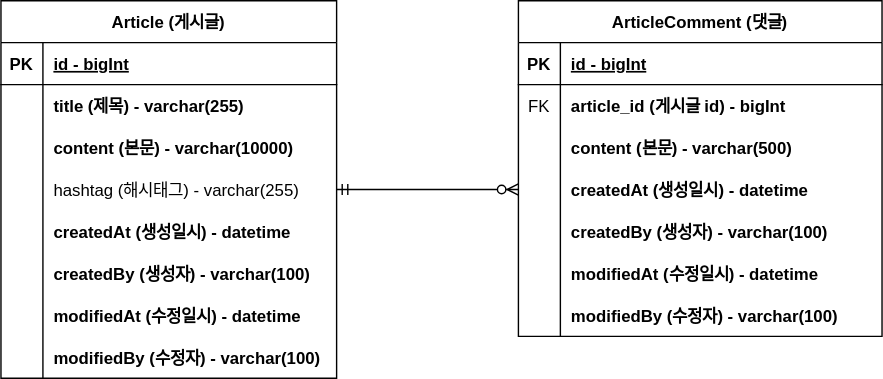
bcchoi518/fastcampus-project-board keeps this draw.io diagram as document/project-board-erd.svg. Above is the earlier version. Source tidied: cells renumbered, new cells last; positions are measured from the earlier drawing's top-left corner, leaving out a move shared by most shapes.
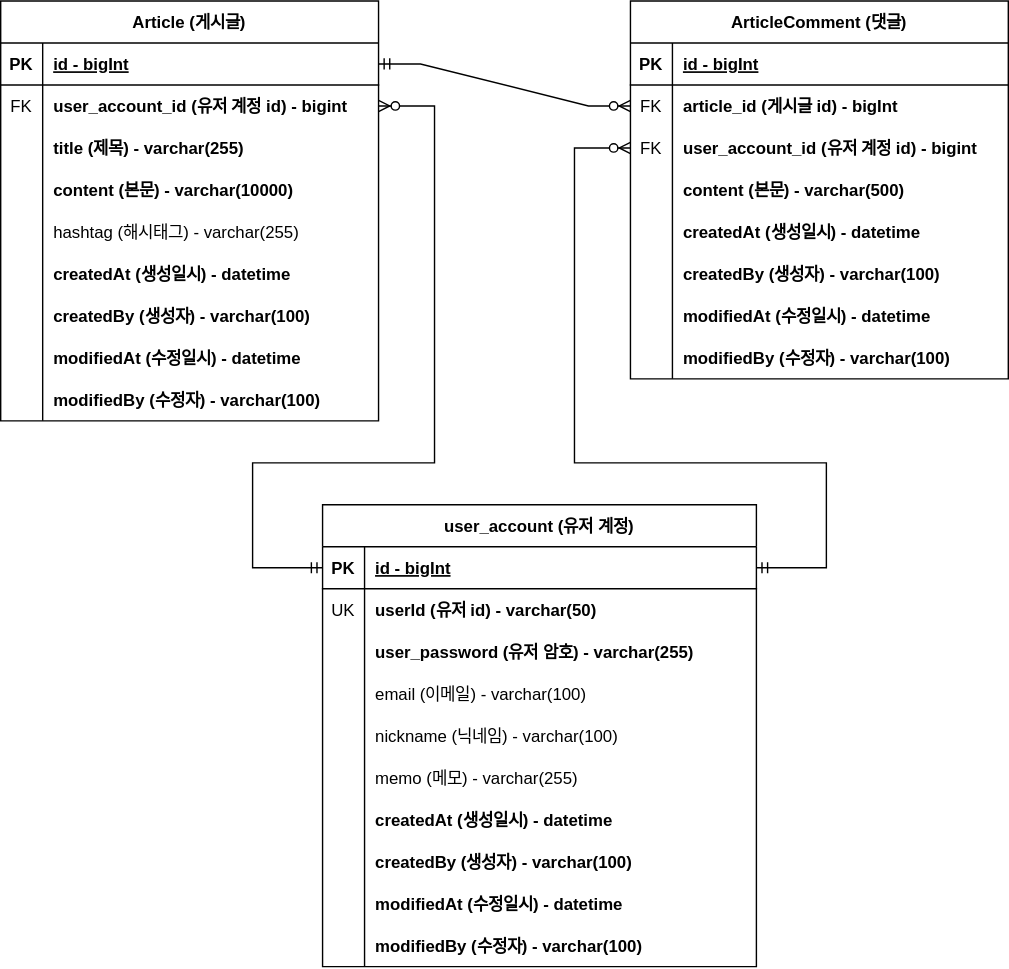
Later version of the same file.

Commit message:
#18 - erd 업데이트: user_account 추가하고 PK, FK 관계 설정

What changed in the source:
```diff
@@ -5,6 +5,6 @@
     <mxCell id="2" value="Article (게시글)" style="shape=table;startSize=30;rowLines=0;fontStyle=1;align=center;" parent="1" vertex="1">
-      <mxGeometry width="240" height="270" as="geometry" />
+      <mxGeometry width="270" height="300" as="geometry" />
     </mxCell>
     <mxCell id="3" style="shape=tableRow;horizontal=0;startSize=0;swimlaneHead=0;swimlaneBody=0;fillColor=none;points=[[0,0.5],[1,0.5]];portConstraint=eastwest;top=0;left=0;right=0;bottom=1;" parent="2" vertex="1">
-      <mxGeometry y="30" width="240" height="30" as="geometry" />
+      <mxGeometry y="30" width="270" height="30" as="geometry" />
     </mxCell>
@@ -14,15 +14,24 @@
     <mxCell id="5" value="id - bigInt" style="shape=partialRectangle;fillColor=none;top=0;left=0;bottom=0;right=0;align=left;spacingLeft=6;fontStyle=5;overflow=hidden;" parent="3" vertex="1">
-      <mxGeometry x="30" width="210" height="30" as="geometry" />
+      <mxGeometry x="30" width="240" height="30" as="geometry" />
     </mxCell>
     <mxCell id="6" style="shape=tableRow;horizontal=0;startSize=0;swimlaneHead=0;swimlaneBody=0;fillColor=none;points=[[0,0.5],[1,0.5]];portConstraint=eastwest;top=0;left=0;right=0;bottom=0;" parent="2" vertex="1">
-      <mxGeometry y="60" width="240" height="30" as="geometry" />
+      <mxGeometry y="60" width="270" height="30" as="geometry" />
     </mxCell>
-    <mxCell id="7" style="shape=partialRectangle;fillColor=none;top=0;left=0;bottom=0;right=0;overflow=hidden;" parent="6" vertex="1">
+    <mxCell id="7" value="FK" style="shape=partialRectangle;fillColor=none;top=0;left=0;bottom=0;right=0;overflow=hidden;" parent="6" vertex="1">
       <mxGeometry width="30" height="30" as="geometry" />
     </mxCell>
-    <mxCell id="8" value="title (제목) - varchar(255)" style="shape=partialRectangle;fillColor=none;top=0;left=0;bottom=0;right=0;align=left;spacingLeft=6;overflow=hidden;fontStyle=1;" parent="6" vertex="1">
-      <mxGeometry x="30" width="210" height="30" as="geometry" />
+    <mxCell id="8" value="user_account_id (유저 계정 id) - bigint" style="shape=partialRectangle;fillColor=none;top=0;left=0;bottom=0;right=0;align=left;spacingLeft=6;overflow=hidden;fontStyle=1;" parent="6" vertex="1">
+      <mxGeometry x="30" width="240" height="30" as="geometry" />
     </mxCell>
+    <mxCell id="50" style="shape=tableRow;horizontal=0;startSize=0;swimlaneHead=0;swimlaneBody=0;fillColor=none;top=0;left=0;right=0;bottom=0;" parent="2" vertex="1">
+      <mxGeometry y="90" width="270" height="30" as="geometry" />
+    </mxCell>
+    <mxCell id="51" style="shape=partialRectangle;fillColor=none;top=0;left=0;bottom=0;right=0;overflow=hidden;" parent="50" vertex="1">
+      <mxGeometry width="30" height="30" as="geometry" />
+    </mxCell>
+    <mxCell id="52" value="title (제목) - varchar(255)" style="shape=partialRectangle;fillColor=none;top=0;left=0;bottom=0;right=0;align=left;spacingLeft=6;overflow=hidden;fontStyle=1;" parent="50" vertex="1">
+      <mxGeometry x="30" width="240" height="30" as="geometry" />
+    </mxCell>
     <mxCell id="9" style="shape=tableRow;horizontal=0;startSize=0;swimlaneHead=0;swimlaneBody=0;fillColor=none;top=0;left=0;right=0;bottom=0;" parent="2" vertex="1">
-      <mxGeometry y="90" width="240" height="30" as="geometry" />
+      <mxGeometry y="120" width="270" height="30" as="geometry" />
     </mxCell>
@@ -32,6 +41,6 @@
     <mxCell id="11" value="content (본문) - varchar(10000)" style="shape=partialRectangle;fillColor=none;top=0;left=0;bottom=0;right=0;align=left;spacingLeft=6;overflow=hidden;fontStyle=1;" parent="9" vertex="1">
-      <mxGeometry x="30" width="210" height="30" as="geometry" />
+      <mxGeometry x="30" width="240" height="30" as="geometry" />
     </mxCell>
     <mxCell id="12" style="shape=tableRow;horizontal=0;startSize=0;swimlaneHead=0;swimlaneBody=0;fillColor=none;points=[[0,0.5],[1,0.5]];portConstraint=eastwest;top=0;left=0;right=0;bottom=0;" parent="2" vertex="1">
-      <mxGeometry y="120" width="240" height="30" as="geometry" />
+      <mxGeometry y="150" width="270" height="30" as="geometry" />
     </mxCell>
@@ -41,6 +50,6 @@
     <mxCell id="14" value="hashtag (해시태그) - varchar(255)" style="shape=partialRectangle;fillColor=none;top=0;left=0;bottom=0;right=0;align=left;spacingLeft=6;overflow=hidden;" parent="12" vertex="1">
-      <mxGeometry x="30" width="210" height="30" as="geometry" />
+      <mxGeometry x="30" width="240" height="30" as="geometry" />
     </mxCell>
     <mxCell id="15" style="shape=tableRow;horizontal=0;startSize=0;swimlaneHead=0;swimlaneBody=0;fillColor=none;top=0;left=0;right=0;bottom=0;" parent="2" vertex="1">
-      <mxGeometry y="150" width="240" height="30" as="geometry" />
+      <mxGeometry y="180" width="270" height="30" as="geometry" />
     </mxCell>
@@ -50,6 +59,6 @@
     <mxCell id="17" value="createdAt (생성일시) - datetime" style="shape=partialRectangle;fillColor=none;top=0;left=0;bottom=0;right=0;align=left;spacingLeft=6;overflow=hidden;fontStyle=1;" parent="15" vertex="1">
-      <mxGeometry x="30" width="210" height="30" as="geometry" />
+      <mxGeometry x="30" width="240" height="30" as="geometry" />
     </mxCell>
     <mxCell id="18" style="shape=tableRow;horizontal=0;startSize=0;swimlaneHead=0;swimlaneBody=0;fillColor=none;top=0;left=0;right=0;bottom=0;" parent="2" vertex="1">
-      <mxGeometry y="180" width="240" height="30" as="geometry" />
+      <mxGeometry y="210" width="270" height="30" as="geometry" />
     </mxCell>
@@ -59,6 +68,6 @@
     <mxCell id="20" value="createdBy (생성자) - varchar(100)" style="shape=partialRectangle;fillColor=none;top=0;left=0;bottom=0;right=0;align=left;spacingLeft=6;overflow=hidden;fontStyle=1;" parent="18" vertex="1">
-      <mxGeometry x="30" width="210" height="30" as="geometry" />
+      <mxGeometry x="30" width="240" height="30" as="geometry" />
     </mxCell>
     <mxCell id="21" style="shape=tableRow;horizontal=0;startSize=0;swimlaneHead=0;swimlaneBody=0;fillColor=none;top=0;left=0;right=0;bottom=0;" parent="2" vertex="1">
-      <mxGeometry y="210" width="240" height="30" as="geometry" />
+      <mxGeometry y="240" width="270" height="30" as="geometry" />
     </mxCell>
@@ -68,6 +77,6 @@
     <mxCell id="23" value="modifiedAt (수정일시) - datetime" style="shape=partialRectangle;fillColor=none;top=0;left=0;bottom=0;right=0;align=left;spacingLeft=6;overflow=hidden;fontStyle=1;" parent="21" vertex="1">
-      <mxGeometry x="30" width="210" height="30" as="geometry" />
+      <mxGeometry x="30" width="240" height="30" as="geometry" />
     </mxCell>
     <mxCell id="24" style="shape=tableRow;horizontal=0;startSize=0;swimlaneHead=0;swimlaneBody=0;fillColor=none;top=0;left=0;right=0;bottom=0;" parent="2" vertex="1">
-      <mxGeometry y="240" width="240" height="30" as="geometry" />
+      <mxGeometry y="270" width="270" height="30" as="geometry" />
     </mxCell>
@@ -77,9 +86,9 @@
     <mxCell id="26" value="modifiedBy (수정자) - varchar(100)" style="shape=partialRectangle;fillColor=none;top=0;left=0;bottom=0;right=0;align=left;spacingLeft=6;overflow=hidden;fontStyle=1;" parent="24" vertex="1">
-      <mxGeometry x="30" width="210" height="30" as="geometry" />
+      <mxGeometry x="30" width="240" height="30" as="geometry" />
     </mxCell>
     <mxCell id="27" value="ArticleComment (댓글)" style="shape=table;startSize=30;rowLines=0;fontStyle=1;align=center;" parent="1" vertex="1">
-      <mxGeometry x="370" width="260" height="240" as="geometry" />
+      <mxGeometry x="450" width="270" height="270" as="geometry" />
     </mxCell>
     <mxCell id="28" style="shape=tableRow;horizontal=0;startSize=0;swimlaneHead=0;swimlaneBody=0;fillColor=none;top=0;left=0;right=0;bottom=1;" parent="27" vertex="1">
-      <mxGeometry y="30" width="260" height="30" as="geometry" />
+      <mxGeometry y="30" width="270" height="30" as="geometry" />
     </mxCell>
@@ -89,6 +98,6 @@
     <mxCell id="30" value="id - bigInt" style="shape=partialRectangle;fillColor=none;top=0;left=0;bottom=0;right=0;align=left;spacingLeft=6;fontStyle=5;overflow=hidden;" parent="28" vertex="1">
-      <mxGeometry x="30" width="230" height="30" as="geometry" />
+      <mxGeometry x="30" width="240" height="30" as="geometry" />
     </mxCell>
     <mxCell id="31" style="shape=tableRow;horizontal=0;startSize=0;swimlaneHead=0;swimlaneBody=0;fillColor=none;points=[[0,0.5],[1,0.5]];portConstraint=eastwest;top=0;left=0;right=0;bottom=0;" parent="27" vertex="1">
-      <mxGeometry y="60" width="260" height="30" as="geometry" />
+      <mxGeometry y="60" width="270" height="30" as="geometry" />
     </mxCell>
@@ -98,6 +107,15 @@
     <mxCell id="33" value="article_id (게시글 id) - bigInt" style="shape=partialRectangle;fillColor=none;top=0;left=0;bottom=0;right=0;align=left;spacingLeft=6;overflow=hidden;fontStyle=1;" parent="31" vertex="1">
-      <mxGeometry x="30" width="230" height="30" as="geometry" />
+      <mxGeometry x="30" width="240" height="30" as="geometry" />
     </mxCell>
+    <mxCell id="53" style="shape=tableRow;horizontal=0;startSize=0;swimlaneHead=0;swimlaneBody=0;fillColor=none;points=[[0,0.5],[1,0.5]];portConstraint=eastwest;top=0;left=0;right=0;bottom=0;" parent="27" vertex="1">
+      <mxGeometry y="90" width="270" height="30" as="geometry" />
+    </mxCell>
+    <mxCell id="54" value="FK" style="shape=partialRectangle;fillColor=none;top=0;left=0;bottom=0;right=0;overflow=hidden;" parent="53" vertex="1">
+      <mxGeometry width="30" height="30" as="geometry" />
+    </mxCell>
+    <mxCell id="55" value="user_account_id (유저 계정 id) - bigint" style="shape=partialRectangle;fillColor=none;top=0;left=0;bottom=0;right=0;align=left;spacingLeft=6;overflow=hidden;fontStyle=1;" parent="53" vertex="1">
+      <mxGeometry x="30" width="240" height="30" as="geometry" />
+    </mxCell>
     <mxCell id="34" style="shape=tableRow;horizontal=0;startSize=0;swimlaneHead=0;swimlaneBody=0;fillColor=none;top=0;left=0;right=0;bottom=0;" parent="27" vertex="1">
-      <mxGeometry y="90" width="260" height="30" as="geometry" />
+      <mxGeometry y="120" width="270" height="30" as="geometry" />
     </mxCell>
@@ -107,6 +125,6 @@
     <mxCell id="36" value="content (본문) - varchar(500)" style="shape=partialRectangle;fillColor=none;top=0;left=0;bottom=0;right=0;align=left;spacingLeft=6;overflow=hidden;fontStyle=1;" parent="34" vertex="1">
-      <mxGeometry x="30" width="230" height="30" as="geometry" />
+      <mxGeometry x="30" width="240" height="30" as="geometry" />
     </mxCell>
     <mxCell id="37" style="shape=tableRow;horizontal=0;startSize=0;swimlaneHead=0;swimlaneBody=0;fillColor=none;points=[[0,0.5],[1,0.5]];portConstraint=eastwest;top=0;left=0;right=0;bottom=0;" parent="27" vertex="1">
-      <mxGeometry y="120" width="260" height="30" as="geometry" />
+      <mxGeometry y="150" width="270" height="30" as="geometry" />
     </mxCell>
@@ -116,6 +134,6 @@
     <mxCell id="39" value="createdAt (생성일시) - datetime" style="shape=partialRectangle;fillColor=none;top=0;left=0;bottom=0;right=0;align=left;spacingLeft=6;overflow=hidden;fontStyle=1;" parent="37" vertex="1">
-      <mxGeometry x="30" width="230" height="30" as="geometry" />
+      <mxGeometry x="30" width="240" height="30" as="geometry" />
     </mxCell>
     <mxCell id="40" style="shape=tableRow;horizontal=0;startSize=0;swimlaneHead=0;swimlaneBody=0;fillColor=none;top=0;left=0;right=0;bottom=0;" parent="27" vertex="1">
-      <mxGeometry y="150" width="260" height="30" as="geometry" />
+      <mxGeometry y="180" width="270" height="30" as="geometry" />
     </mxCell>
@@ -125,6 +143,6 @@
     <mxCell id="42" value="createdBy (생성자) - varchar(100)" style="shape=partialRectangle;fillColor=none;top=0;left=0;bottom=0;right=0;align=left;spacingLeft=6;overflow=hidden;fontStyle=1;" parent="40" vertex="1">
-      <mxGeometry x="30" width="230" height="30" as="geometry" />
+      <mxGeometry x="30" width="240" height="30" as="geometry" />
     </mxCell>
     <mxCell id="43" style="shape=tableRow;horizontal=0;startSize=0;swimlaneHead=0;swimlaneBody=0;fillColor=none;top=0;left=0;right=0;bottom=0;" parent="27" vertex="1">
-      <mxGeometry y="180" width="260" height="30" as="geometry" />
+      <mxGeometry y="210" width="270" height="30" as="geometry" />
     </mxCell>
@@ -134,6 +152,6 @@
     <mxCell id="45" value="modifiedAt (수정일시) - datetime" style="shape=partialRectangle;fillColor=none;top=0;left=0;bottom=0;right=0;align=left;spacingLeft=6;overflow=hidden;fontStyle=1;" parent="43" vertex="1">
-      <mxGeometry x="30" width="230" height="30" as="geometry" />
+      <mxGeometry x="30" width="240" height="30" as="geometry" />
     </mxCell>
     <mxCell id="46" style="shape=tableRow;horizontal=0;startSize=0;swimlaneHead=0;swimlaneBody=0;fillColor=none;top=0;left=0;right=0;bottom=0;" parent="27" vertex="1">
-      <mxGeometry y="210" width="260" height="30" as="geometry" />
+      <mxGeometry y="240" width="270" height="30" as="geometry" />
     </mxCell>
@@ -143,7 +161,120 @@
     <mxCell id="48" value="modifiedBy (수정자) - varchar(100)" style="shape=partialRectangle;fillColor=none;top=0;left=0;bottom=0;right=0;align=left;spacingLeft=6;overflow=hidden;fontStyle=1;" parent="46" vertex="1">
-      <mxGeometry x="30" width="230" height="30" as="geometry" />
+      <mxGeometry x="30" width="240" height="30" as="geometry" />
     </mxCell>
-    <mxCell id="49" style="edgeStyle=entityRelationEdgeStyle;fontSize=12;html=1;endArrow=ERzeroToMany;startArrow=ERmandOne;rounded=0;entryX=0;entryY=0.5;entryDx=0;entryDy=0;exitX=1;exitY=0.5;exitDx=0;exitDy=0;" parent="1" edge="1" source="12" target="37">
+    <mxCell id="49" style="edgeStyle=entityRelationEdgeStyle;fontSize=12;html=1;endArrow=ERzeroToMany;startArrow=ERmandOne;rounded=0;entryX=0;entryY=0.5;entryDx=0;entryDy=0;exitX=1;exitY=0.5;exitDx=0;exitDy=0;" parent="1" edge="1" source="3" target="31">
       <mxGeometry relative="1" as="geometry" />
     </mxCell>
+    <mxCell id="56" value="user_account (유저 계정)" style="shape=table;startSize=30;rowLines=0;fontStyle=1;align=center;" parent="1" vertex="1">
+      <mxGeometry x="230" y="360" width="310" height="330" as="geometry" />
+    </mxCell>
+    <mxCell id="57" style="shape=tableRow;horizontal=0;startSize=0;swimlaneHead=0;swimlaneBody=0;fillColor=none;points=[[0,0.5],[1,0.5]];portConstraint=eastwest;top=0;left=0;right=0;bottom=1;" parent="56" vertex="1">
+      <mxGeometry y="30" width="310" height="30" as="geometry" />
+    </mxCell>
+    <mxCell id="58" value="PK" style="shape=partialRectangle;fillColor=none;top=0;left=0;bottom=0;right=0;fontStyle=1;overflow=hidden;" parent="57" vertex="1">
+      <mxGeometry width="30" height="30" as="geometry" />
+    </mxCell>
+    <mxCell id="59" value="id - bigInt" style="shape=partialRectangle;fillColor=none;top=0;left=0;bottom=0;right=0;align=left;spacingLeft=6;fontStyle=5;overflow=hidden;" parent="57" vertex="1">
+      <mxGeometry x="30" width="280" height="30" as="geometry" />
+    </mxCell>
+    <mxCell id="60" style="shape=tableRow;horizontal=0;startSize=0;swimlaneHead=0;swimlaneBody=0;fillColor=none;top=0;left=0;right=0;bottom=0;" parent="56" vertex="1">
+      <mxGeometry y="60" width="310" height="30" as="geometry" />
+    </mxCell>
+    <mxCell id="61" value="UK" style="shape=partialRectangle;fillColor=none;top=0;left=0;bottom=0;right=0;overflow=hidden;" parent="60" vertex="1">
+      <mxGeometry width="30" height="30" as="geometry" />
+    </mxCell>
+    <mxCell id="62" value="userId (유저 id) - varchar(50)" style="shape=partialRectangle;fillColor=none;top=0;left=0;bottom=0;right=0;align=left;spacingLeft=6;overflow=hidden;fontStyle=1;" parent="60" vertex="1">
+      <mxGeometry x="30" width="280" height="30" as="geometry" />
+    </mxCell>
+    <mxCell id="63" style="shape=tableRow;horizontal=0;startSize=0;swimlaneHead=0;swimlaneBody=0;fillColor=none;top=0;left=0;right=0;bottom=0;" parent="56" vertex="1">
+      <mxGeometry y="90" width="310" height="30" as="geometry" />
+    </mxCell>
+    <mxCell id="64" style="shape=partialRectangle;fillColor=none;top=0;left=0;bottom=0;right=0;overflow=hidden;" parent="63" vertex="1">
+      <mxGeometry width="30" height="30" as="geometry" />
+    </mxCell>
+    <mxCell id="65" value="user_password (유저 암호) - varchar(255)" style="shape=partialRectangle;fillColor=none;top=0;left=0;bottom=0;right=0;align=left;spacingLeft=6;overflow=hidden;fontStyle=1;" parent="63" vertex="1">
+      <mxGeometry x="30" width="280" height="30" as="geometry" />
+    </mxCell>
+    <mxCell id="66" style="shape=tableRow;horizontal=0;startSize=0;swimlaneHead=0;swimlaneBody=0;fillColor=none;top=0;left=0;right=0;bottom=0;" parent="56" vertex="1">
+      <mxGeometry y="120" width="310" height="30" as="geometry" />
+    </mxCell>
+    <mxCell id="67" style="shape=partialRectangle;fillColor=none;top=0;left=0;bottom=0;right=0;overflow=hidden;" parent="66" vertex="1">
+      <mxGeometry width="30" height="30" as="geometry" />
+    </mxCell>
+    <mxCell id="68" value="email (이메일) - varchar(100)" style="shape=partialRectangle;fillColor=none;top=0;left=0;bottom=0;right=0;align=left;spacingLeft=6;overflow=hidden;fontStyle=0;" parent="66" vertex="1">
+      <mxGeometry x="30" width="280" height="30" as="geometry" />
+    </mxCell>
+    <mxCell id="69" style="shape=tableRow;horizontal=0;startSize=0;swimlaneHead=0;swimlaneBody=0;fillColor=none;top=0;left=0;right=0;bottom=0;" parent="56" vertex="1">
+      <mxGeometry y="150" width="310" height="30" as="geometry" />
+    </mxCell>
+    <mxCell id="70" style="shape=partialRectangle;fillColor=none;top=0;left=0;bottom=0;right=0;overflow=hidden;" parent="69" vertex="1">
+      <mxGeometry width="30" height="30" as="geometry" />
+    </mxCell>
+    <mxCell id="71" value="nickname (닉네임) - varchar(100)" style="shape=partialRectangle;fillColor=none;top=0;left=0;bottom=0;right=0;align=left;spacingLeft=6;overflow=hidden;fontStyle=0;" parent="69" vertex="1">
+      <mxGeometry x="30" width="280" height="30" as="geometry" />
+    </mxCell>
+    <mxCell id="72" style="shape=tableRow;horizontal=0;startSize=0;swimlaneHead=0;swimlaneBody=0;fillColor=none;top=0;left=0;right=0;bottom=0;" parent="56" vertex="1">
+      <mxGeometry y="180" width="310" height="30" as="geometry" />
+    </mxCell>
+    <mxCell id="73" style="shape=partialRectangle;fillColor=none;top=0;left=0;bottom=0;right=0;overflow=hidden;" parent="72" vertex="1">
+      <mxGeometry width="30" height="30" as="geometry" />
+    </mxCell>
+    <mxCell id="74" value="memo (메모) - varchar(255)" style="shape=partialRectangle;fillColor=none;top=0;left=0;bottom=0;right=0;align=left;spacingLeft=6;overflow=hidden;" parent="72" vertex="1">
+      <mxGeometry x="30" width="280" height="30" as="geometry" />
+    </mxCell>
+    <mxCell id="75" style="shape=tableRow;horizontal=0;startSize=0;swimlaneHead=0;swimlaneBody=0;fillColor=none;top=0;left=0;right=0;bottom=0;" parent="56" vertex="1">
+      <mxGeometry y="210" width="310" height="30" as="geometry" />
+    </mxCell>
+    <mxCell id="76" style="shape=partialRectangle;fillColor=none;top=0;left=0;bottom=0;right=0;overflow=hidden;" parent="75" vertex="1">
+      <mxGeometry width="30" height="30" as="geometry" />
+    </mxCell>
+    <mxCell id="77" value="createdAt (생성일시) - datetime" style="shape=partialRectangle;fillColor=none;top=0;left=0;bottom=0;right=0;align=left;spacingLeft=6;overflow=hidden;fontStyle=1;" parent="75" vertex="1">
+      <mxGeometry x="30" width="280" height="30" as="geometry" />
+    </mxCell>
+    <mxCell id="78" style="shape=tableRow;horizontal=0;startSize=0;swimlaneHead=0;swimlaneBody=0;fillColor=none;top=0;left=0;right=0;bottom=0;" parent="56" vertex="1">
+      <mxGeometry y="240" width="310" height="30" as="geometry" />
+    </mxCell>
+    <mxCell id="79" style="shape=partialRectangle;fillColor=none;top=0;left=0;bottom=0;right=0;overflow=hidden;" parent="78" vertex="1">
+      <mxGeometry width="30" height="30" as="geometry" />
+    </mxCell>
+    <mxCell id="80" value="createdBy (생성자) - varchar(100)" style="shape=partialRectangle;fillColor=none;top=0;left=0;bottom=0;right=0;align=left;spacingLeft=6;overflow=hidden;fontStyle=1;" parent="78" vertex="1">
+      <mxGeometry x="30" width="280" height="30" as="geometry" />
+    </mxCell>
+    <mxCell id="81" style="shape=tableRow;horizontal=0;startSize=0;swimlaneHead=0;swimlaneBody=0;fillColor=none;top=0;left=0;right=0;bottom=0;" parent="56" vertex="1">
+      <mxGeometry y="270" width="310" height="30" as="geometry" />
+    </mxCell>
+    <mxCell id="82" style="shape=partialRectangle;fillColor=none;top=0;left=0;bottom=0;right=0;overflow=hidden;" parent="81" vertex="1">
+      <mxGeometry width="30" height="30" as="geometry" />
+    </mxCell>
+    <mxCell id="83" value="modifiedAt (수정일시) - datetime" style="shape=partialRectangle;fillColor=none;top=0;left=0;bottom=0;right=0;align=left;spacingLeft=6;overflow=hidden;fontStyle=1;" parent="81" vertex="1">
+      <mxGeometry x="30" width="280" height="30" as="geometry" />
+    </mxCell>
+    <mxCell id="84" style="shape=tableRow;horizontal=0;startSize=0;swimlaneHead=0;swimlaneBody=0;fillColor=none;top=0;left=0;right=0;bottom=0;" parent="56" vertex="1">
+      <mxGeometry y="300" width="310" height="30" as="geometry" />
+    </mxCell>
+    <mxCell id="85" style="shape=partialRectangle;fillColor=none;top=0;left=0;bottom=0;right=0;overflow=hidden;" parent="84" vertex="1">
+      <mxGeometry width="30" height="30" as="geometry" />
+    </mxCell>
+    <mxCell id="86" value="modifiedBy (수정자) - varchar(100)" style="shape=partialRectangle;fillColor=none;top=0;left=0;bottom=0;right=0;align=left;spacingLeft=6;overflow=hidden;fontStyle=1;" parent="84" vertex="1">
+      <mxGeometry x="30" width="280" height="30" as="geometry" />
+    </mxCell>
+    <mxCell id="87" style="edgeStyle=orthogonalEdgeStyle;fontSize=12;html=1;endArrow=ERzeroToMany;startArrow=ERmandOne;exitX=1;exitY=0.5;exitDx=0;exitDy=0;entryX=0;entryY=0.5;entryDx=0;entryDy=0;rounded=0;" parent="1" edge="1" source="57" target="53">
+      <mxGeometry relative="1" as="geometry">
+        <Array as="points">
+          <mxPoint x="590" y="405" />
+          <mxPoint x="590" y="330" />
+          <mxPoint x="410" y="330" />
+          <mxPoint x="410" y="105" />
+        </Array>
+      </mxGeometry>
+    </mxCell>
+    <mxCell id="88" style="edgeStyle=orthogonalEdgeStyle;fontSize=12;html=1;endArrow=ERzeroToMany;startArrow=ERmandOne;exitX=0;exitY=0.5;exitDx=0;exitDy=0;rounded=0;entryX=1;entryY=0.5;entryDx=0;entryDy=0;" parent="1" edge="1" source="57" target="6">
+      <mxGeometry relative="1" as="geometry">
+        <Array as="points">
+          <mxPoint x="180" y="405" />
+          <mxPoint x="180" y="330" />
+          <mxPoint x="310" y="330" />
+          <mxPoint x="310" y="75" />
+        </Array>
+      </mxGeometry>
+    </mxCell>
   </root>
```
